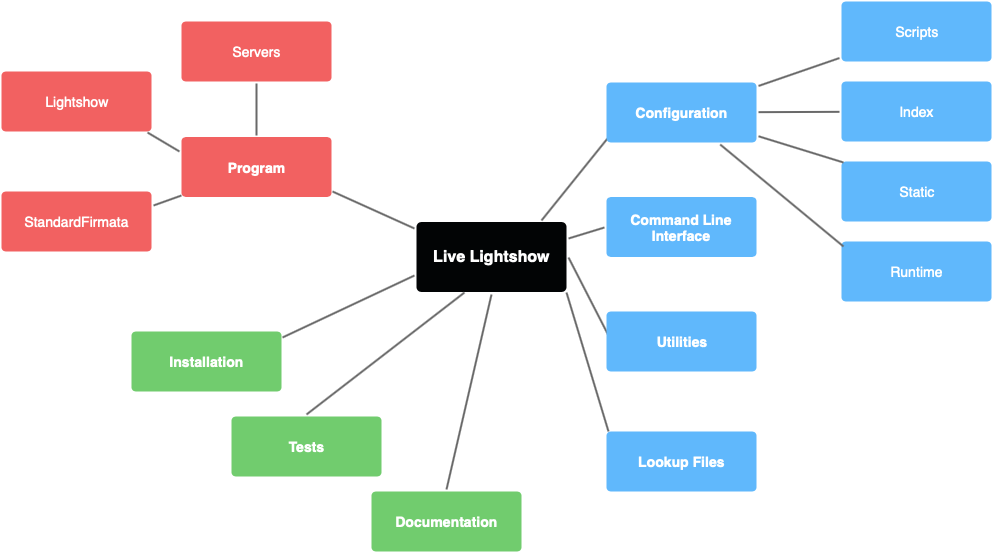
marcusrossel/live-lightshow keeps this draw.io diagram as Documentation/Assets/Project Structure.png. Above is the earlier version. Source tidied: cells renumbered, new cells last; positions are measured from the earlier drawing's top-left corner, leaving out a move shared by most shapes.
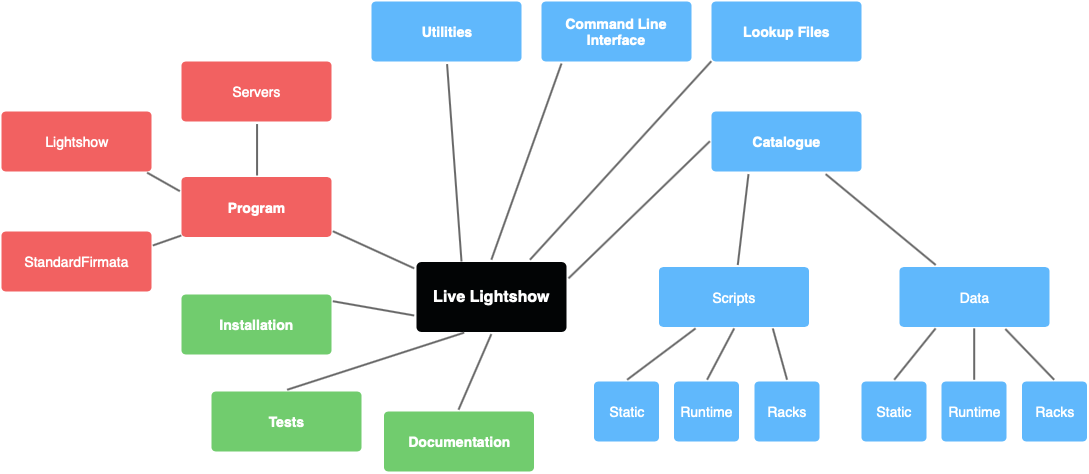
Above is the later version.

What changed in the source:
```diff
@@ -2,13 +2,13 @@
   <root>
     <mxCell id="0" />
     <mxCell id="1" parent="0" />
-    <mxCell id="2" style="rounded=0;jumpStyle=none;html=1;shadow=0;labelBackgroundColor=none;startArrow=none;startFill=0;endArrow=none;endFill=0;jettySize=auto;strokeColor=#696969;strokeWidth=2;fontFamily=Helvetica;fontSize=16;fontColor=#23445D;spacing=5;entryX=0.019;entryY=0.906;entryDx=0;entryDy=0;entryPerimeter=0;" parent="1" edge="1" target="10">
-      <mxGeometry relative="1" as="geometry">
-        <mxPoint x="540" y="219" as="sourcePoint" />
-      </mxGeometry>
+    <mxCell id="2" style="rounded=0;jumpStyle=none;html=1;shadow=0;labelBackgroundColor=none;startArrow=none;startFill=0;endArrow=none;endFill=0;jettySize=auto;strokeColor=#696969;strokeWidth=2;fontFamily=Helvetica;fontSize=16;fontColor=#23445D;spacing=5;entryX=0;entryY=0.5;entryDx=0;entryDy=0;exitX=1;exitY=0.25;exitDx=0;exitDy=0;" parent="1" edge="1" source="4" target="10">
+      <mxGeometry relative="1" as="geometry" />
     </mxCell>
-    <mxCell id="3" style="edgeStyle=none;rounded=0;jumpStyle=none;html=1;shadow=0;labelBackgroundColor=none;startArrow=none;startFill=0;endArrow=none;endFill=0;jettySize=auto;strokeColor=#696969;strokeWidth=2;fontFamily=Helvetica;fontSize=16;fontColor=#23445D;spacing=5;entryX=0;entryY=0.5;entryDx=0;entryDy=0;exitX=1;exitY=0.25;exitDx=0;exitDy=0;" parent="1" edge="1" source="4" target="9">
-      <mxGeometry relative="1" as="geometry" />
+    <mxCell id="3" style="edgeStyle=none;rounded=0;jumpStyle=none;html=1;shadow=0;labelBackgroundColor=none;startArrow=none;startFill=0;endArrow=none;endFill=0;jettySize=auto;strokeColor=#696969;strokeWidth=2;fontFamily=Helvetica;fontSize=16;fontColor=#23445D;spacing=5;exitX=0.5;exitY=0;exitDx=0;exitDy=0;" parent="1" edge="1" source="4">
+      <mxGeometry relative="1" as="geometry">
+        <mxPoint x="560" y="22" as="targetPoint" />
+      </mxGeometry>
     </mxCell>
     <mxCell id="4" value="Live Lightshow" style="rounded=1;whiteSpace=wrap;html=1;shadow=0;labelBackgroundColor=none;strokeColor=none;strokeWidth=3;fillColor=#020405;fontFamily=Helvetica;fontSize=16;fontColor=#FFFFFF;align=center;fontStyle=1;spacing=5;arcSize=7;perimeterSpacing=2;" parent="1" vertex="1">
       <mxGeometry x="415" y="220.5" width="150" height="70" as="geometry" />
@@ -26,46 +26,42 @@
       <mxGeometry y="70" width="150" height="60" as="geometry" />
     </mxCell>
     <mxCell id="9" value="Command Line Interface" style="rounded=1;whiteSpace=wrap;html=1;shadow=0;labelBackgroundColor=none;strokeColor=none;strokeWidth=3;fillColor=#60B8FC;fontFamily=Helvetica;fontSize=14;fontColor=#FFFFFF;align=center;spacing=5;fontStyle=1;arcSize=7;perimeterSpacing=2;" parent="1" vertex="1">
-      <mxGeometry x="605" y="195.5" width="150" height="60" as="geometry" />
+      <mxGeometry x="540" y="-40" width="150" height="60" as="geometry" />
     </mxCell>
-    <mxCell id="10" value="Configuration" style="rounded=1;whiteSpace=wrap;html=1;shadow=0;labelBackgroundColor=none;strokeWidth=3;fontFamily=Helvetica;fontSize=14;align=center;spacing=5;fontStyle=1;arcSize=7;perimeterSpacing=2;fillColor=#60B8FC;strokeColor=none;fontColor=#FFFFFF;" parent="1" vertex="1">
-      <mxGeometry x="605" y="81" width="150" height="60" as="geometry" />
+    <mxCell id="10" value="Catalogue&lt;br&gt;" style="rounded=1;whiteSpace=wrap;html=1;shadow=0;labelBackgroundColor=none;strokeWidth=3;fontFamily=Helvetica;fontSize=14;align=center;spacing=5;fontStyle=1;arcSize=7;perimeterSpacing=2;fillColor=#60B8FC;strokeColor=none;fontColor=#FFFFFF;" parent="1" vertex="1">
+      <mxGeometry x="710" y="70" width="150" height="60" as="geometry" />
     </mxCell>
     <mxCell id="11" value="Scripts" style="rounded=1;whiteSpace=wrap;html=1;shadow=0;labelBackgroundColor=none;strokeWidth=3;fontFamily=Helvetica;fontSize=14;align=center;spacing=5;fontStyle=0;arcSize=7;perimeterSpacing=2;fillColor=#60B8FC;strokeColor=none;fontColor=#FFFFFF;" parent="1" vertex="1">
-      <mxGeometry x="840" width="150" height="60" as="geometry" />
+      <mxGeometry x="657.5" y="225.5" width="150" height="60" as="geometry" />
     </mxCell>
-    <mxCell id="12" style="rounded=1;jumpStyle=none;html=1;shadow=0;labelBackgroundColor=none;startArrow=none;startFill=0;jettySize=auto;strokeWidth=2;fontFamily=Helvetica;fontSize=14;fontColor=#FFFFFF;spacing=5;fontStyle=1;fillColor=#dae8fc;strokeColor=#696969;endArrow=none;endFill=0;" parent="1" edge="1" source="10" target="11">
+    <mxCell id="12" style="rounded=1;jumpStyle=none;html=1;shadow=0;labelBackgroundColor=none;startArrow=none;startFill=0;jettySize=auto;strokeWidth=2;fontFamily=Helvetica;fontSize=14;fontColor=#FFFFFF;spacing=5;fontStyle=1;fillColor=#dae8fc;strokeColor=#696969;endArrow=none;endFill=0;exitX=0.25;exitY=1;exitDx=0;exitDy=0;" parent="1" edge="1" source="10" target="11">
       <mxGeometry relative="1" as="geometry" />
     </mxCell>
     <mxCell id="13" value="Static" style="rounded=1;whiteSpace=wrap;html=1;shadow=0;labelBackgroundColor=none;strokeWidth=3;fontFamily=Helvetica;fontSize=14;align=center;spacing=5;fontStyle=0;arcSize=7;perimeterSpacing=2;fillColor=#60B8FC;strokeColor=none;fontColor=#FFFFFF;" parent="1" vertex="1">
-      <mxGeometry x="840" y="160" width="150" height="60" as="geometry" />
+      <mxGeometry x="592.5" y="340" width="65" height="60" as="geometry" />
     </mxCell>
-    <mxCell id="14" style="rounded=1;jumpStyle=none;html=1;shadow=0;labelBackgroundColor=none;startArrow=none;startFill=0;jettySize=auto;strokeWidth=2;fontFamily=Helvetica;fontSize=14;fontColor=#FFFFFF;spacing=5;fontStyle=1;fillColor=#dae8fc;strokeColor=#696969;endArrow=none;endFill=0;entryX=0.026;entryY=0.047;entryDx=0;entryDy=0;entryPerimeter=0;" parent="1" edge="1" source="10" target="13">
+    <mxCell id="14" style="rounded=1;jumpStyle=none;html=1;shadow=0;labelBackgroundColor=none;startArrow=none;startFill=0;jettySize=auto;strokeWidth=2;fontFamily=Helvetica;fontSize=14;fontColor=#FFFFFF;spacing=5;fontStyle=1;fillColor=#dae8fc;strokeColor=#696969;endArrow=none;endFill=0;entryX=0.5;entryY=0;entryDx=0;entryDy=0;exitX=0.25;exitY=1;exitDx=0;exitDy=0;" parent="1" edge="1" source="11" target="13">
       <mxGeometry relative="1" as="geometry" />
     </mxCell>
-    <mxCell id="15" value="Runtime" style="rounded=1;whiteSpace=wrap;html=1;shadow=0;labelBackgroundColor=none;strokeWidth=3;fontFamily=Helvetica;fontSize=14;align=center;spacing=5;fontStyle=0;arcSize=7;perimeterSpacing=2;fillColor=#60B8FC;strokeColor=none;fontColor=#FFFFFF;" parent="1" vertex="1">
-      <mxGeometry x="840" y="240" width="150" height="60" as="geometry" />
-    </mxCell>
-    <mxCell id="16" style="rounded=1;jumpStyle=none;html=1;shadow=0;labelBackgroundColor=none;startArrow=none;startFill=0;jettySize=auto;strokeWidth=2;fontFamily=Helvetica;fontSize=14;fontColor=#FFFFFF;spacing=5;fontStyle=1;fillColor=#dae8fc;strokeColor=#696969;endArrow=none;endFill=0;entryX=0.026;entryY=0.109;entryDx=0;entryDy=0;entryPerimeter=0;" parent="1" edge="1" source="10" target="15">
-      <mxGeometry relative="1" as="geometry" />
-    </mxCell>
-    <mxCell id="17" value="Index" style="rounded=1;whiteSpace=wrap;html=1;shadow=0;labelBackgroundColor=none;strokeWidth=3;fontFamily=Helvetica;fontSize=14;align=center;spacing=5;fontStyle=0;arcSize=7;perimeterSpacing=2;fillColor=#60B8FC;strokeColor=none;fontColor=#FFFFFF;" parent="1" vertex="1">
-      <mxGeometry x="840" y="80" width="150" height="60" as="geometry" />
+    <mxCell id="17" value="Data&lt;br&gt;" style="rounded=1;whiteSpace=wrap;html=1;shadow=0;labelBackgroundColor=none;strokeWidth=3;fontFamily=Helvetica;fontSize=14;align=center;spacing=5;fontStyle=0;arcSize=7;perimeterSpacing=2;fillColor=#60B8FC;strokeColor=none;fontColor=#FFFFFF;" parent="1" vertex="1">
+      <mxGeometry x="898" y="225.5" width="150" height="60" as="geometry" />
     </mxCell>
-    <mxCell id="18" style="rounded=1;jumpStyle=none;html=1;shadow=0;labelBackgroundColor=none;startArrow=none;startFill=0;jettySize=auto;strokeWidth=2;fontFamily=Helvetica;fontSize=14;fontColor=#FFFFFF;spacing=5;fontStyle=1;fillColor=#dae8fc;strokeColor=#696969;endArrow=none;endFill=0;" parent="1" edge="1" source="10" target="17">
+    <mxCell id="18" style="rounded=1;jumpStyle=none;html=1;shadow=0;labelBackgroundColor=none;startArrow=none;startFill=0;jettySize=auto;strokeWidth=2;fontFamily=Helvetica;fontSize=14;fontColor=#FFFFFF;spacing=5;fontStyle=1;fillColor=#dae8fc;strokeColor=#696969;endArrow=none;endFill=0;exitX=0.75;exitY=1;exitDx=0;exitDy=0;" parent="1" edge="1" source="10" target="17">
       <mxGeometry relative="1" as="geometry" />
     </mxCell>
-    <mxCell id="19" style="edgeStyle=none;rounded=0;jumpStyle=none;html=1;shadow=0;labelBackgroundColor=none;startArrow=none;startFill=0;endArrow=none;endFill=0;jettySize=auto;strokeColor=#696969;strokeWidth=2;fontFamily=Helvetica;fontSize=16;fontColor=#23445D;spacing=5;exitX=0.987;exitY=0.98;exitDx=0;exitDy=0;exitPerimeter=0;entryX=0.026;entryY=0.039;entryDx=0;entryDy=0;entryPerimeter=0;" parent="1" edge="1" source="4" target="20">
+    <mxCell id="19" style="edgeStyle=none;rounded=0;jumpStyle=none;html=1;shadow=0;labelBackgroundColor=none;startArrow=none;startFill=0;endArrow=none;endFill=0;jettySize=auto;strokeColor=#696969;strokeWidth=2;fontFamily=Helvetica;fontSize=16;fontColor=#23445D;spacing=5;exitX=0.75;exitY=0;exitDx=0;exitDy=0;entryX=0.015;entryY=0.961;entryDx=0;entryDy=0;entryPerimeter=0;" parent="1" edge="1" source="4" target="20">
       <mxGeometry relative="1" as="geometry" />
     </mxCell>
     <mxCell id="20" value="Lookup Files&lt;br&gt;" style="rounded=1;whiteSpace=wrap;html=1;shadow=0;labelBackgroundColor=none;strokeColor=none;strokeWidth=3;fillColor=#60B8FC;fontFamily=Helvetica;fontSize=14;fontColor=#FFFFFF;align=center;spacing=5;fontStyle=1;arcSize=7;perimeterSpacing=2;" parent="1" vertex="1">
-      <mxGeometry x="605" y="430" width="150" height="60" as="geometry" />
+      <mxGeometry x="710" y="-40" width="150" height="60" as="geometry" />
     </mxCell>
-    <mxCell id="21" style="edgeStyle=none;rounded=0;jumpStyle=none;html=1;shadow=0;labelBackgroundColor=none;startArrow=none;startFill=0;endArrow=none;endFill=0;jettySize=auto;strokeColor=#696969;strokeWidth=2;fontFamily=Helvetica;fontSize=16;fontColor=#23445D;spacing=5;exitX=1;exitY=0.5;exitDx=0;exitDy=0;entryX=0.026;entryY=0.406;entryDx=0;entryDy=0;entryPerimeter=0;" parent="1" edge="1" source="4" target="22">
-      <mxGeometry relative="1" as="geometry" />
+    <mxCell id="21" style="edgeStyle=none;rounded=0;jumpStyle=none;html=1;shadow=0;labelBackgroundColor=none;startArrow=none;startFill=0;endArrow=none;endFill=0;jettySize=auto;strokeColor=#696969;strokeWidth=2;fontFamily=Helvetica;fontSize=16;fontColor=#23445D;spacing=5;entryX=0.5;entryY=1;entryDx=0;entryDy=0;" parent="1" edge="1" target="22">
+      <mxGeometry relative="1" as="geometry">
+        <mxPoint x="460" y="220" as="sourcePoint" />
+      </mxGeometry>
     </mxCell>
     <mxCell id="22" value="Utilities&lt;br&gt;" style="rounded=1;whiteSpace=wrap;html=1;shadow=0;labelBackgroundColor=none;strokeColor=none;strokeWidth=3;fillColor=#60B8FC;fontFamily=Helvetica;fontSize=14;fontColor=#FFFFFF;align=center;spacing=5;fontStyle=1;arcSize=7;perimeterSpacing=2;" parent="1" vertex="1">
-      <mxGeometry x="605" y="310" width="150" height="60" as="geometry" />
+      <mxGeometry x="370" y="-40" width="150" height="60" as="geometry" />
     </mxCell>
     <mxCell id="23" style="edgeStyle=none;rounded=0;jumpStyle=none;html=1;shadow=0;labelBackgroundColor=none;startArrow=none;startFill=0;endArrow=none;endFill=0;jettySize=auto;strokeColor=#696969;strokeWidth=2;fontFamily=Helvetica;fontSize=16;fontColor=#23445D;spacing=5;exitX=0.994;exitY=0.883;exitDx=0;exitDy=0;exitPerimeter=0;entryX=0;entryY=0.115;entryDx=0;entryDy=0;entryPerimeter=0;" parent="1" edge="1" source="5" target="4">
       <mxGeometry relative="1" as="geometry" />
@@ -80,13 +76,13 @@
       <mxGeometry relative="1" as="geometry" />
     </mxCell>
     <mxCell id="27" value="Installation" style="rounded=1;whiteSpace=wrap;html=1;shadow=0;labelBackgroundColor=none;strokeColor=none;strokeWidth=3;fillColor=#71CC6E;fontFamily=Helvetica;fontSize=14;fontColor=#FFFFFF;align=center;spacing=5;fontStyle=1;arcSize=7;perimeterSpacing=2;" parent="1" vertex="1">
-      <mxGeometry x="130" y="330" width="150" height="60" as="geometry" />
+      <mxGeometry x="180" y="253" width="150" height="60" as="geometry" />
     </mxCell>
     <mxCell id="28" value="Documentation" style="rounded=1;whiteSpace=wrap;html=1;shadow=0;labelBackgroundColor=none;strokeColor=none;strokeWidth=3;fillColor=#71CC6E;fontFamily=Helvetica;fontSize=14;fontColor=#FFFFFF;align=center;spacing=5;fontStyle=1;arcSize=7;perimeterSpacing=2;" parent="1" vertex="1">
-      <mxGeometry x="370" y="490" width="150" height="60" as="geometry" />
+      <mxGeometry x="382.5" y="370" width="150" height="60" as="geometry" />
     </mxCell>
     <mxCell id="29" value="Tests" style="rounded=1;whiteSpace=wrap;html=1;shadow=0;labelBackgroundColor=none;strokeColor=none;strokeWidth=3;fillColor=#71CC6E;fontFamily=Helvetica;fontSize=14;fontColor=#FFFFFF;align=center;spacing=5;fontStyle=1;arcSize=7;perimeterSpacing=2;" parent="1" vertex="1">
-      <mxGeometry x="230" y="415" width="150" height="60" as="geometry" />
+      <mxGeometry x="210" y="350" width="150" height="60" as="geometry" />
     </mxCell>
     <mxCell id="30" style="edgeStyle=none;rounded=0;jumpStyle=none;html=1;shadow=0;labelBackgroundColor=none;startArrow=none;startFill=0;endArrow=none;endFill=0;jettySize=auto;strokeColor=#696969;strokeWidth=2;fontFamily=Helvetica;fontSize=16;fontColor=#23445D;spacing=5;exitX=0.994;exitY=0.125;exitDx=0;exitDy=0;entryX=0;entryY=0.75;entryDx=0;entryDy=0;exitPerimeter=0;" parent="1" edge="1" source="27" target="4">
       <mxGeometry relative="1" as="geometry" />
@@ -97,5 +93,35 @@
     <mxCell id="32" style="edgeStyle=none;rounded=0;jumpStyle=none;html=1;shadow=0;labelBackgroundColor=none;startArrow=none;startFill=0;endArrow=none;endFill=0;jettySize=auto;strokeColor=#696969;strokeWidth=2;fontFamily=Helvetica;fontSize=16;fontColor=#23445D;spacing=5;exitX=0.5;exitY=1;exitDx=0;exitDy=0;entryX=0.5;entryY=0;entryDx=0;entryDy=0;" parent="1" edge="1" source="4" target="28">
       <mxGeometry relative="1" as="geometry" />
     </mxCell>
+    <mxCell id="33" value="Runtime" style="rounded=1;whiteSpace=wrap;html=1;shadow=0;labelBackgroundColor=none;strokeWidth=3;fontFamily=Helvetica;fontSize=14;align=center;spacing=5;fontStyle=0;arcSize=7;perimeterSpacing=2;fillColor=#60B8FC;strokeColor=none;fontColor=#FFFFFF;" parent="1" vertex="1">
+      <mxGeometry x="672.5" y="340" width="65" height="60" as="geometry" />
+    </mxCell>
+    <mxCell id="34" style="rounded=1;jumpStyle=none;html=1;shadow=0;labelBackgroundColor=none;startArrow=none;startFill=0;jettySize=auto;strokeWidth=2;fontFamily=Helvetica;fontSize=14;fontColor=#FFFFFF;spacing=5;fontStyle=1;fillColor=#dae8fc;strokeColor=#696969;endArrow=none;endFill=0;entryX=0.5;entryY=0;entryDx=0;entryDy=0;exitX=0.5;exitY=1;exitDx=0;exitDy=0;" parent="1" edge="1" source="11" target="33">
+      <mxGeometry relative="1" as="geometry" />
+    </mxCell>
+    <mxCell id="35" value="Racks" style="rounded=1;whiteSpace=wrap;html=1;shadow=0;labelBackgroundColor=none;strokeWidth=3;fontFamily=Helvetica;fontSize=14;align=center;spacing=5;fontStyle=0;arcSize=7;perimeterSpacing=2;fillColor=#60B8FC;strokeColor=none;fontColor=#FFFFFF;" parent="1" vertex="1">
+      <mxGeometry x="753" y="340" width="65" height="60" as="geometry" />
+    </mxCell>
+    <mxCell id="36" style="rounded=1;jumpStyle=none;html=1;shadow=0;labelBackgroundColor=none;startArrow=none;startFill=0;jettySize=auto;strokeWidth=2;fontFamily=Helvetica;fontSize=14;fontColor=#FFFFFF;spacing=5;fontStyle=1;fillColor=#dae8fc;strokeColor=#696969;endArrow=none;endFill=0;entryX=0.5;entryY=0;entryDx=0;entryDy=0;exitX=0.75;exitY=1;exitDx=0;exitDy=0;" parent="1" edge="1" source="11" target="35">
+      <mxGeometry relative="1" as="geometry" />
+    </mxCell>
+    <mxCell id="37" value="Static" style="rounded=1;whiteSpace=wrap;html=1;shadow=0;labelBackgroundColor=none;strokeWidth=3;fontFamily=Helvetica;fontSize=14;align=center;spacing=5;fontStyle=0;arcSize=7;perimeterSpacing=2;fillColor=#60B8FC;strokeColor=none;fontColor=#FFFFFF;" parent="1" vertex="1">
+      <mxGeometry x="860" y="340" width="65" height="60" as="geometry" />
+    </mxCell>
+    <mxCell id="38" style="rounded=1;jumpStyle=none;html=1;shadow=0;labelBackgroundColor=none;startArrow=none;startFill=0;jettySize=auto;strokeWidth=2;fontFamily=Helvetica;fontSize=14;fontColor=#FFFFFF;spacing=5;fontStyle=1;fillColor=#dae8fc;strokeColor=#696969;endArrow=none;endFill=0;entryX=0.5;entryY=0;entryDx=0;entryDy=0;exitX=0.25;exitY=1;exitDx=0;exitDy=0;" parent="1" edge="1" source="17" target="37">
+      <mxGeometry relative="1" as="geometry" />
+    </mxCell>
+    <mxCell id="39" value="Runtime" style="rounded=1;whiteSpace=wrap;html=1;shadow=0;labelBackgroundColor=none;strokeWidth=3;fontFamily=Helvetica;fontSize=14;align=center;spacing=5;fontStyle=0;arcSize=7;perimeterSpacing=2;fillColor=#60B8FC;strokeColor=none;fontColor=#FFFFFF;" parent="1" vertex="1">
+      <mxGeometry x="940" y="340" width="65" height="60" as="geometry" />
+    </mxCell>
+    <mxCell id="40" style="rounded=1;jumpStyle=none;html=1;shadow=0;labelBackgroundColor=none;startArrow=none;startFill=0;jettySize=auto;strokeWidth=2;fontFamily=Helvetica;fontSize=14;fontColor=#FFFFFF;spacing=5;fontStyle=1;fillColor=#dae8fc;strokeColor=#696969;endArrow=none;endFill=0;entryX=0.5;entryY=0;entryDx=0;entryDy=0;exitX=0.5;exitY=1;exitDx=0;exitDy=0;" parent="1" edge="1" source="17" target="39">
+      <mxGeometry relative="1" as="geometry" />
+    </mxCell>
+    <mxCell id="41" value="Racks" style="rounded=1;whiteSpace=wrap;html=1;shadow=0;labelBackgroundColor=none;strokeWidth=3;fontFamily=Helvetica;fontSize=14;align=center;spacing=5;fontStyle=0;arcSize=7;perimeterSpacing=2;fillColor=#60B8FC;strokeColor=none;fontColor=#FFFFFF;" parent="1" vertex="1">
+      <mxGeometry x="1020.5" y="340" width="65" height="60" as="geometry" />
+    </mxCell>
+    <mxCell id="42" style="rounded=1;jumpStyle=none;html=1;shadow=0;labelBackgroundColor=none;startArrow=none;startFill=0;jettySize=auto;strokeWidth=2;fontFamily=Helvetica;fontSize=14;fontColor=#FFFFFF;spacing=5;fontStyle=1;fillColor=#dae8fc;strokeColor=#696969;endArrow=none;endFill=0;entryX=0.5;entryY=0;entryDx=0;entryDy=0;" parent="1" edge="1" source="17" target="41">
+      <mxGeometry relative="1" as="geometry" />
+    </mxCell>
   </root>
 </mxGraphModel>
```
